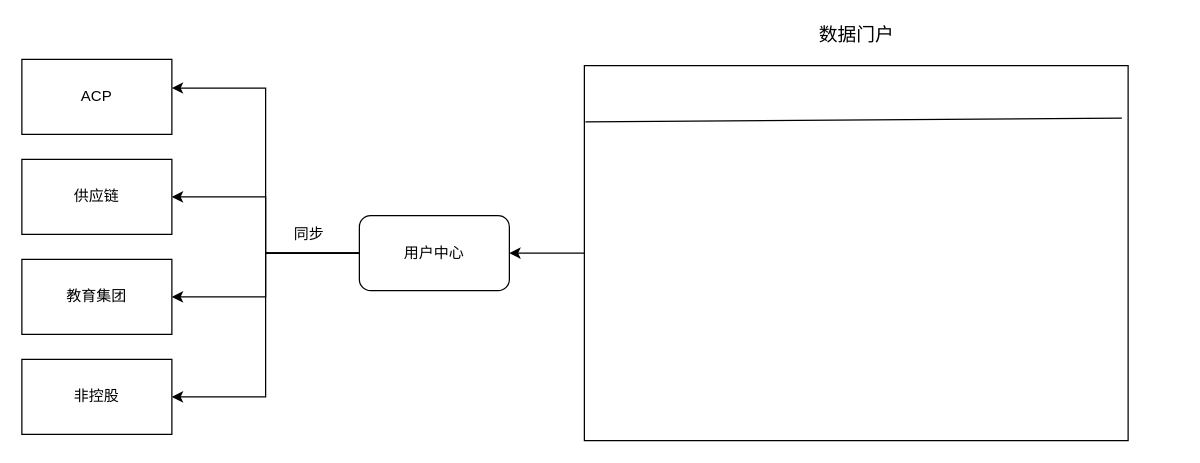
This is page "用户登录" (1 of 2) of pet_data_warehouse/权限设计.drawio from fangzheng0518/draw, a draw.io file, before an edit. Source tidied: cells renumbered, new cells numbered last; positions are measured from the earlier drawing's top-left corner, leaving out a move shared by most shapes. Both pictures are drawn from the tidied source at 125%, with x=0, y=0 at pixel (21, 21).
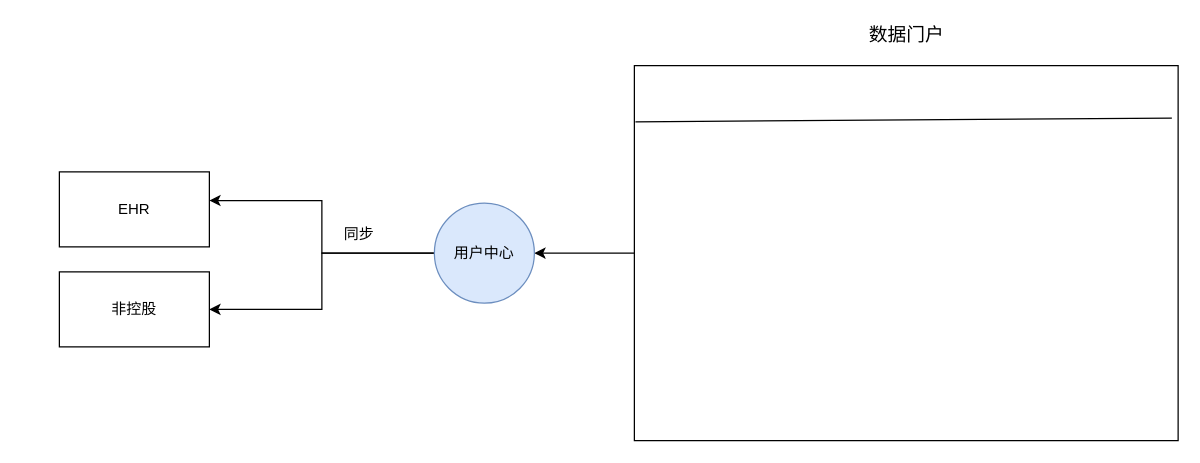
Above is the later version.

The edit, as a diff of the source:
```diff
@@
 <mxGraphModel>
   <root>
     <mxCell id="0" />
     <mxCell id="1" parent="0" />
-    <mxCell id="2" style="edgeStyle=orthogonalEdgeStyle;rounded=0;jettySize=auto;html=1;entryX=1;entryY=0.5;entryDx=0;entryDy=0;exitX=0;exitY=0.5;exitDx=0;exitDy=0;" parent="1" edge="1" source="14" target="7">
+    <mxCell id="2" style="edgeStyle=orthogonalEdgeStyle;rounded=0;jettySize=auto;html=1;exitX=0;exitY=0.5;exitDx=0;exitDy=0;" parent="1" edge="1" source="14" target="7">
       <mxGeometry relative="1" as="geometry" />
     </mxCell>
     <mxCell id="3" style="edgeStyle=orthogonalEdgeStyle;rounded=0;jettySize=auto;html=1;exitX=0;exitY=0.5;exitDx=0;exitDy=0;entryX=1;entryY=0.5;entryDx=0;entryDy=0;" parent="1" edge="1" source="7" target="9">
       <mxGeometry relative="1" as="geometry" />
     </mxCell>
-    <mxCell id="4" style="edgeStyle=orthogonalEdgeStyle;rounded=0;jettySize=auto;html=1;entryX=1;entryY=0.5;entryDx=0;entryDy=0;" parent="1" edge="1" source="7" target="10">
-      <mxGeometry relative="1" as="geometry" />
-    </mxCell>
-    <mxCell id="5" style="edgeStyle=orthogonalEdgeStyle;rounded=0;jettySize=auto;html=1;entryX=1;entryY=0.5;entryDx=0;entryDy=0;" parent="1" edge="1" source="7" target="11">
-      <mxGeometry relative="1" as="geometry" />
-    </mxCell>
-    <mxCell id="6" style="edgeStyle=orthogonalEdgeStyle;rounded=0;jettySize=auto;html=1;entryX=1;entryY=0.383;entryDx=0;entryDy=0;entryPerimeter=0;" parent="1" edge="1" source="7" target="8">
+    <mxCell id="6" style="edgeStyle=orthogonalEdgeStyle;rounded=0;jettySize=auto;html=1;entryX=1;entryY=0.383;entryDx=0;entryDy=0;entryPerimeter=0;exitX=0;exitY=0.5;exitDx=0;exitDy=0;" parent="1" edge="1" source="7" target="8">
       <mxGeometry relative="1" as="geometry" />
     </mxCell>
-    <mxCell id="7" value="用户中心" style="rounded=1;whiteSpace=wrap;html=1;" parent="1" vertex="1">
-      <mxGeometry x="270" y="155" width="120" height="60" as="geometry" />
-    </mxCell>
-    <mxCell id="8" value="ACP" style="rounded=0;whiteSpace=wrap;html=1;" parent="1" vertex="1">
-      <mxGeometry y="30" width="120" height="60" as="geometry" />
+    <mxCell id="8" value="EHR" style="rounded=0;whiteSpace=wrap;html=1;" parent="1" vertex="1">
+      <mxGeometry x="30" y="120" width="120" height="60" as="geometry" />
     </mxCell>
     <mxCell id="9" value="非控股" style="rounded=0;whiteSpace=wrap;html=1;" parent="1" vertex="1">
-      <mxGeometry y="270" width="120" height="60" as="geometry" />
+      <mxGeometry x="30" y="200" width="120" height="60" as="geometry" />
     </mxCell>
-    <mxCell id="10" value="供应链" style="rounded=0;whiteSpace=wrap;html=1;" parent="1" vertex="1">
-      <mxGeometry y="110" width="120" height="60" as="geometry" />
-    </mxCell>
-    <mxCell id="11" value="教育集团" style="rounded=0;whiteSpace=wrap;html=1;" parent="1" vertex="1">
-      <mxGeometry y="190" width="120" height="60" as="geometry" />
-    </mxCell>
     <mxCell id="12" value="同步" style="text;html=1;strokeColor=none;fillColor=none;align=center;verticalAlign=middle;whiteSpace=wrap;rounded=0;" parent="1" vertex="1">
-      <mxGeometry x="210" y="160" width="40" height="20" as="geometry" />
+      <mxGeometry x="250" y="160" width="40" height="20" as="geometry" />
     </mxCell>
     <mxCell id="13" value="&lt;font style=&quot;font-size: 15px&quot;&gt;数据门户&lt;/font&gt;" style="text;html=1;strokeColor=none;fillColor=none;align=center;verticalAlign=middle;whiteSpace=wrap;rounded=0;" parent="1" vertex="1">
-      <mxGeometry x="617.5" width="100" height="20" as="geometry" />
+      <mxGeometry x="657.5" width="100" height="20" as="geometry" />
     </mxCell>
     <mxCell id="14" style="rounded=0;whiteSpace=wrap;html=1;" parent="1" vertex="1">
-      <mxGeometry x="450" y="35" width="435" height="300" as="geometry" />
+      <mxGeometry x="490" y="35" width="435" height="300" as="geometry" />
     </mxCell>
     <mxCell id="15" style="endArrow=none;html=1;exitX=0.002;exitY=0.15;exitDx=0;exitDy=0;exitPerimeter=0;" parent="1" edge="1" source="14">
       <mxGeometry relative="1" as="geometry">
-        <mxPoint x="880" y="77" as="targetPoint" />
+        <mxPoint x="920" y="77" as="targetPoint" />
       </mxGeometry>
     </mxCell>
+    <mxCell id="7" value="用户中心" style="ellipse;whiteSpace=wrap;html=1;fillColor=#dae8fc;strokeColor=#6c8ebf;" parent="1" vertex="1">
+      <mxGeometry x="330" y="145" width="80" height="80" as="geometry" />
+    </mxCell>
   </root>
 </mxGraphModel>
```
